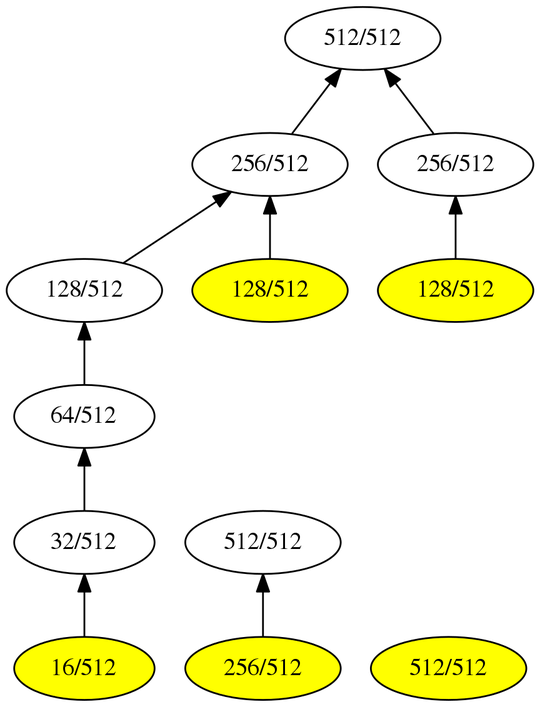
Above: GuiTool/image/Remia/RemiaHeapDot.png in iitramar/guiTool (Graphviz), before the change. Its source is kept beside it as GuiTool/image/Remia/RemiaHeapDot.dot.
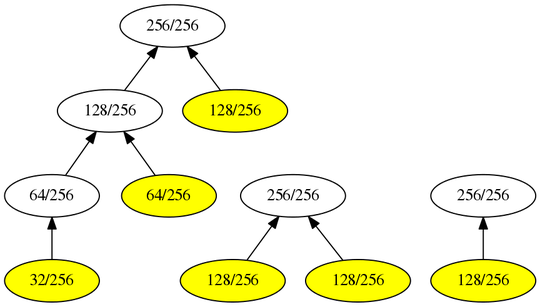
The same file after the commit.

What changed in the source:
```diff
@@ -1,29 +1,28 @@
 digraph G {
 rankdir = BT;
-101[label= " 512/512 " ];
-202[label= " 256/512 " ];
+101[label= " 256/256 " ];
+202[label= " 128/256 " ];
 202->101
-203[label= " 256/512 " ];
+203[label= " 128/256 " ];
 203->101
-404[label= " 128/512 " ];
+404[label= " 64/256 " ];
 404->202
-405[label= " 128/512 " ];
+405[label= " 64/256 " ];
 405->202
-808[label= " 64/512 " ];
+808[label= " 32/256 " ];
 808->404
-1616[label= " 32/512 " ];
-1616->808
-3232[label= " 16/512 " ];
-3232->1616
-3232[style=filled, fillcolor=yellow];
+808[style=filled, fillcolor=yellow];
 405[style=filled, fillcolor=yellow];
-406[label= " 128/512 " ];
-406->203
-406[style=filled, fillcolor=yellow];
-201[label= " 512/512 " ];
-402[label= " 256/512 " ];
+203[style=filled, fillcolor=yellow];
+201[label= " 256/256 " ];
+402[label= " 128/256 " ];
 402->201
+403[label= " 128/256 " ];
+403->201
 402[style=filled, fillcolor=yellow];
-301[label= " 512/512 " ];
-301[style=filled, fillcolor=yellow];
+403[style=filled, fillcolor=yellow];
+301[label= " 256/256 " ];
+602[label= " 128/256 " ];
+602->301
+602[style=filled, fillcolor=yellow];
 }
```
